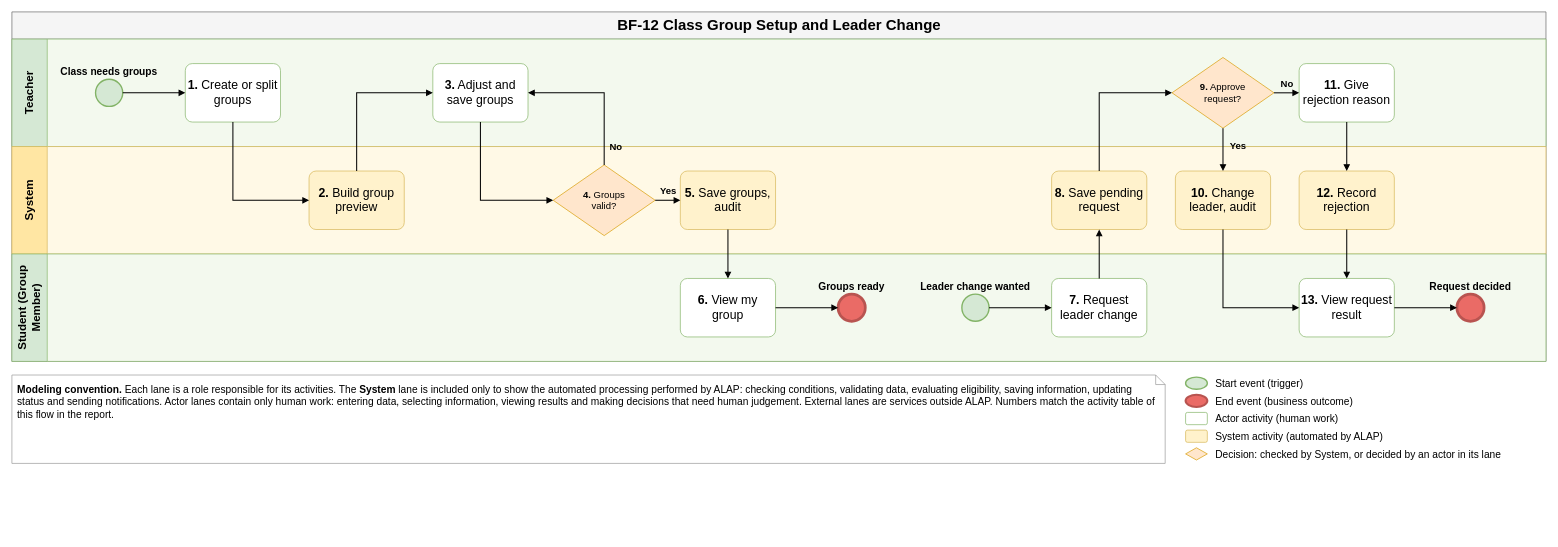
Above: aidlc-docs/inception/main-business-flows/BF-12-Class-Group-Setup-and-Leader-Change.drawio in hygef-v4/AI-Powered-Learning-Platform (draw.io), before the change. Source tidied: cells renumbered, new cells numbered last; positions are measured from the earlier drawing's top-left corner, leaving out a move shared by most shapes. Both pictures are drawn from the tidied source at 68%, with x=0, y=0 at pixel (12, 12).
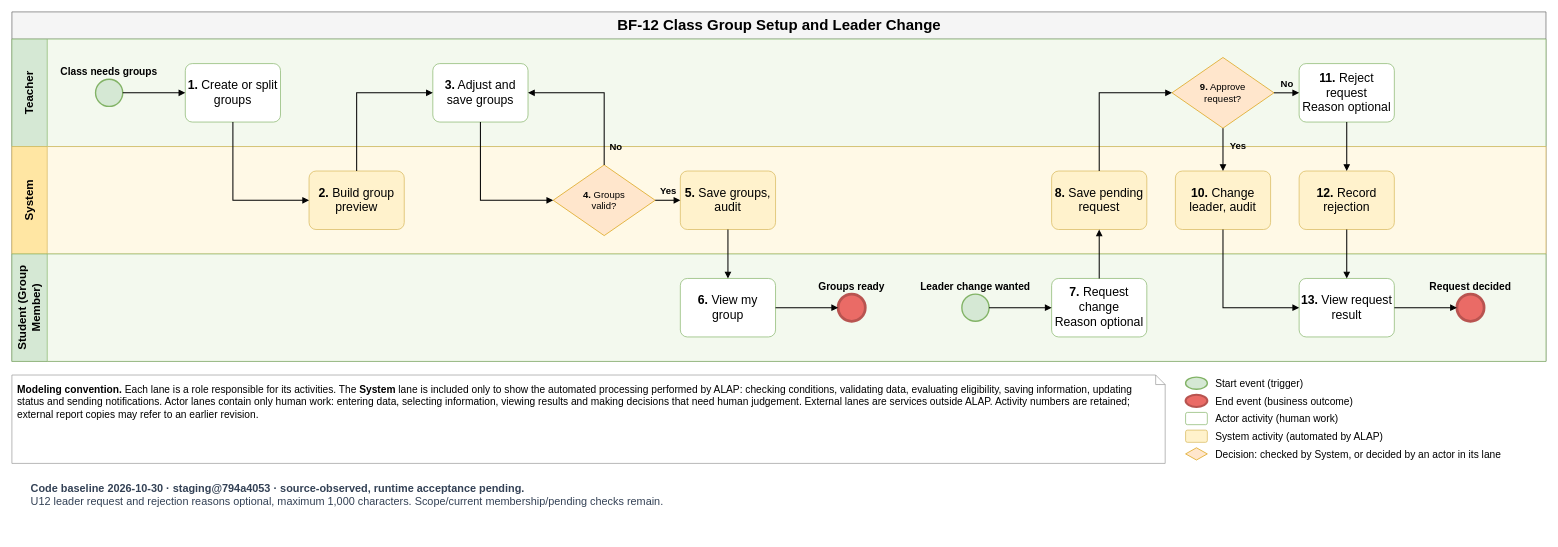
Above is the later version.

The change refers to these unchanged cells:
```xml
<mxCell id="3" value="Teacher" style="swimlane;startSize=52;horizontal=0;html=1;whiteSpace=wrap;fillColor=#D5E8D4;swimlaneFillColor=#F3F9EE;strokeColor=#82B366;fontSize=17;fontStyle=1;align=center;verticalAlign=middle;spacing=4;" parent="2" vertex="1">
  <mxGeometry y="40" width="2256" height="158" as="geometry" />
</mxCell>
<mxCell id="5" value="Student (Group Member)" style="swimlane;startSize=52;horizontal=0;html=1;whiteSpace=wrap;fillColor=#D5E8D4;swimlaneFillColor=#F3F9EE;strokeColor=#82B366;fontSize=17;fontStyle=1;align=center;verticalAlign=middle;spacing=4;" parent="2" vertex="1">
  <mxGeometry y="356" width="2256" height="158" as="geometry" />
</mxCell>
```

Change to the diagram source:
```diff
@@
-    <mxCell id="15" value="&lt;b&gt;7.&lt;/b&gt; Request leader change" style="rounded=1;whiteSpace=wrap;html=1;fillColor=#FFFFFF;strokeColor=#82B366;fontSize=18;spacing=4;arcSize=12;" parent="5" vertex="1">
+    <mxCell id="15" value="&lt;b&gt;7.&lt;/b&gt; Request change&lt;br&gt;Reason optional" style="rounded=1;whiteSpace=wrap;html=1;fillColor=#FFFFFF;strokeColor=#82B366;fontSize=18;spacing=4;arcSize=12;" parent="5" vertex="1">
       <mxGeometry x="1529" y="36" width="140" height="86" as="geometry" />
     </mxCell>
@@
-    <mxCell id="19" value="&lt;b&gt;11.&lt;/b&gt; Give rejection reason" style="rounded=1;whiteSpace=wrap;html=1;fillColor=#FFFFFF;strokeColor=#82B366;fontSize=18;spacing=4;arcSize=12;" parent="3" vertex="1">
+    <mxCell id="19" value="&lt;b&gt;11.&lt;/b&gt; Reject request&lt;br&gt;Reason optional" style="rounded=1;whiteSpace=wrap;html=1;fillColor=#FFFFFF;strokeColor=#82B366;fontSize=18;spacing=4;arcSize=12;" parent="3" vertex="1">
       <mxGeometry x="1893" y="36" width="140" height="86" as="geometry" />
     </mxCell>
@@
-    <mxCell id="40" value="&lt;b&gt;Modeling convention.&lt;/b&gt; Each lane is a role responsible for its activities. The &lt;b&gt;System&lt;/b&gt; lane is included only to show the automated processing performed by ALAP: checking conditions, validating data, evaluating eligibility, saving information, updating status and sending notifications. Actor lanes contain only human work: entering data, selecting information, viewing results and making decisions that need human judgement. External lanes are services outside ALAP. Numbers match the activity table of this flow in the report." style="shape=note;whiteSpace=wrap;html=1;size=14;fillColor=#FFFFFF;strokeColor=#999999;fontSize=15;align=left;verticalAlign=top;spacing=8;" parent="1" vertex="1">
+    <mxCell id="40" value="&lt;b&gt;Modeling convention.&lt;/b&gt; Each lane is a role responsible for its activities. The &lt;b&gt;System&lt;/b&gt; lane is included only to show the automated processing performed by ALAP: checking conditions, validating data, evaluating eligibility, saving information, updating status and sending notifications. Actor lanes contain only human work: entering data, selecting information, viewing results and making decisions that need human judgement. External lanes are services outside ALAP. Activity numbers are retained; external report copies may refer to an earlier revision." style="shape=note;whiteSpace=wrap;html=1;size=14;fillColor=#FFFFFF;strokeColor=#999999;fontSize=15;align=left;verticalAlign=top;spacing=8;" parent="1" vertex="1">
       <mxGeometry y="534" width="1696" height="130" as="geometry" />
     </mxCell>
@@
+    <mxCell id="51" value="&lt;b&gt;Code baseline 2026-10-30 · staging@794a4053 · source-observed, runtime acceptance pending.&lt;/b&gt;&lt;br&gt;U12 leader request and rejection reasons optional, maximum 1,000 characters. Scope/current membership/pending checks remain." style="text;html=1;whiteSpace=wrap;align=left;verticalAlign=top;fontSize=16;fontColor=#334155;spacing=8;" parent="1" vertex="1">
+      <mxGeometry x="20" y="679" width="2216" height="90" as="geometry" />
+    </mxCell>
```
